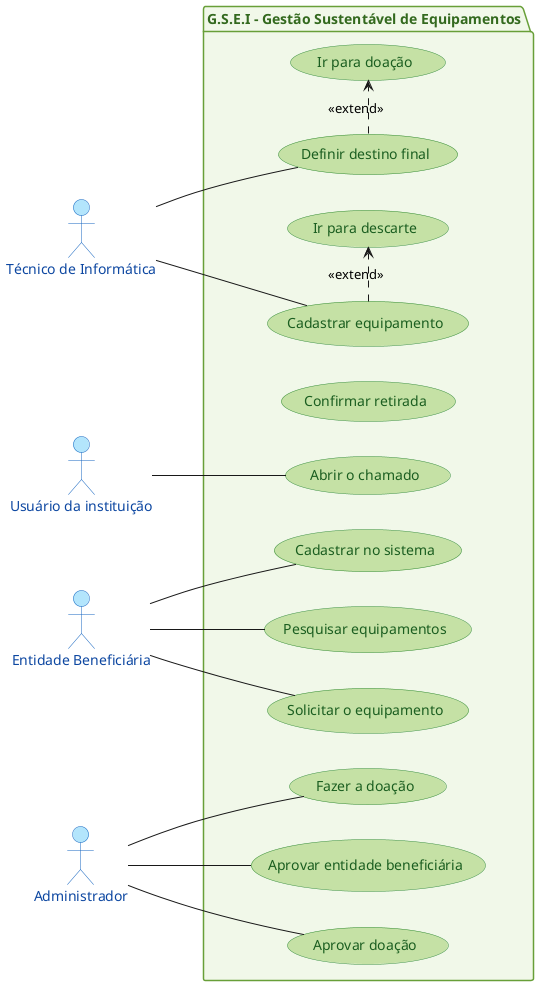
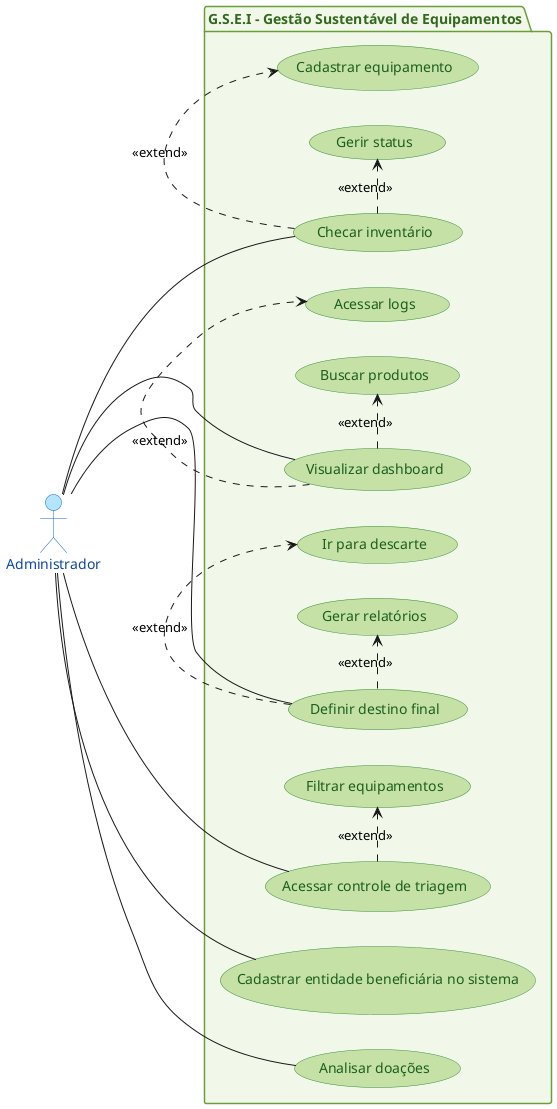
@startuml
!define LIGHTGREEN #c5e1a5
!define LIGHTBLUE #b3e5fc
!define WHITE #ffffff

left to right direction

skinparam backgroundColor WHITE
skinparam usecase {
  BackgroundColor LIGHTGREEN
  BorderColor #388e3c
  FontColor #1b5e20
}

skinparam actor {
  BackgroundColor LIGHTBLUE
  BorderColor #1565c0
  FontColor #0d47a1
}

skinparam package {
  BackgroundColor #f1f8e9
  BorderColor #689f38
  FontColor #33691e
}

-   actor "Técnico de Informática" as Tecnico
-   actor "Usuário da instituição" as usuario
-   actor "Entidade Beneficiária" as Entidade
  actor "Administrador" as ADM

package "G.S.E.I - Gestão Sustentável de Equipamentos" {

-   ' Técnico de Informática
-   usecase "Confirmar retirada" as UC01
-   usecase "Cadastrar equipamento" as UC02
-   usecase "Ir para doação" as UC11
-   usecase "Ir para descarte" as UC12
-   usecase "Definir destino final" as UC03
+   usecase "Visualizar dashboard" as UC02
+   usecase "Cadastrar equipamento" as UC03
+   usecase "Gerir status" as UC08
+   usecase "Definir destino final" as UC05
+   usecase "Ir para descarte" as UC11
+   usecase "Gerar relatórios" as UC14
+   usecase "Definir destino final" as UC04
+   usecase "Cadastrar entidade beneficiária no sistema" as UC04
+   usecase "Checar inventário" as UC10
+   usecase "Acessar logs" as UC06
+   usecase "Buscar produtos" as UC07
+   usecase "Acessar controle de triagem" as UC09
+   usecase "Filtrar equipamentos" as UC12
+   usecase "Analisar doações" as UC13

-   ' Entidade Beneficiária
-   usecase "Cadastrar no sistema" as UC04
-   usecase "Pesquisar equipamentos" as UC05
-   usecase "Solicitar o equipamento" as UC06
+   ADM -- UC02
+   ADM -- UC10
+   ADM -- UC04
+   ADM -- UC05
+   ADM -- UC09
+   ADM -- UC13

-   ' Usuário da instituição
-   usecase "Abrir o chamado" as UC07
+   UC10 .> UC03 : <<extend>>
+   UC10 .> UC08 : <<extend>>

-   ' ADM
-   usecase "Fazer a doação" as UC08
-   usecase "Aprovar entidade beneficiária" as UC09
-   usecase "Aprovar doação" as UC10
+   UC02 .> UC06 : <<extend>>
+   UC02 .> UC07 : <<extend>>

-   ' Actor associations
-   Tecnico -- UC02
-   Tecnico -- UC03
+   UC05 .> UC11 : <<extend>>

-   Entidade -- UC04
-   Entidade -- UC05
-   Entidade -- UC06
+   UC09 .> UC12 : <<extend>>

-   usuario -- UC07
- 
-   ADM -- UC08
-   ADM -- UC09
-   ADM -- UC10
- 
-   UC03 .> UC11 : <<extend>>
-   UC02 .> UC12 : <<extend>>
+   UC05 .> UC14 : <<extend>>
}

@enduml
